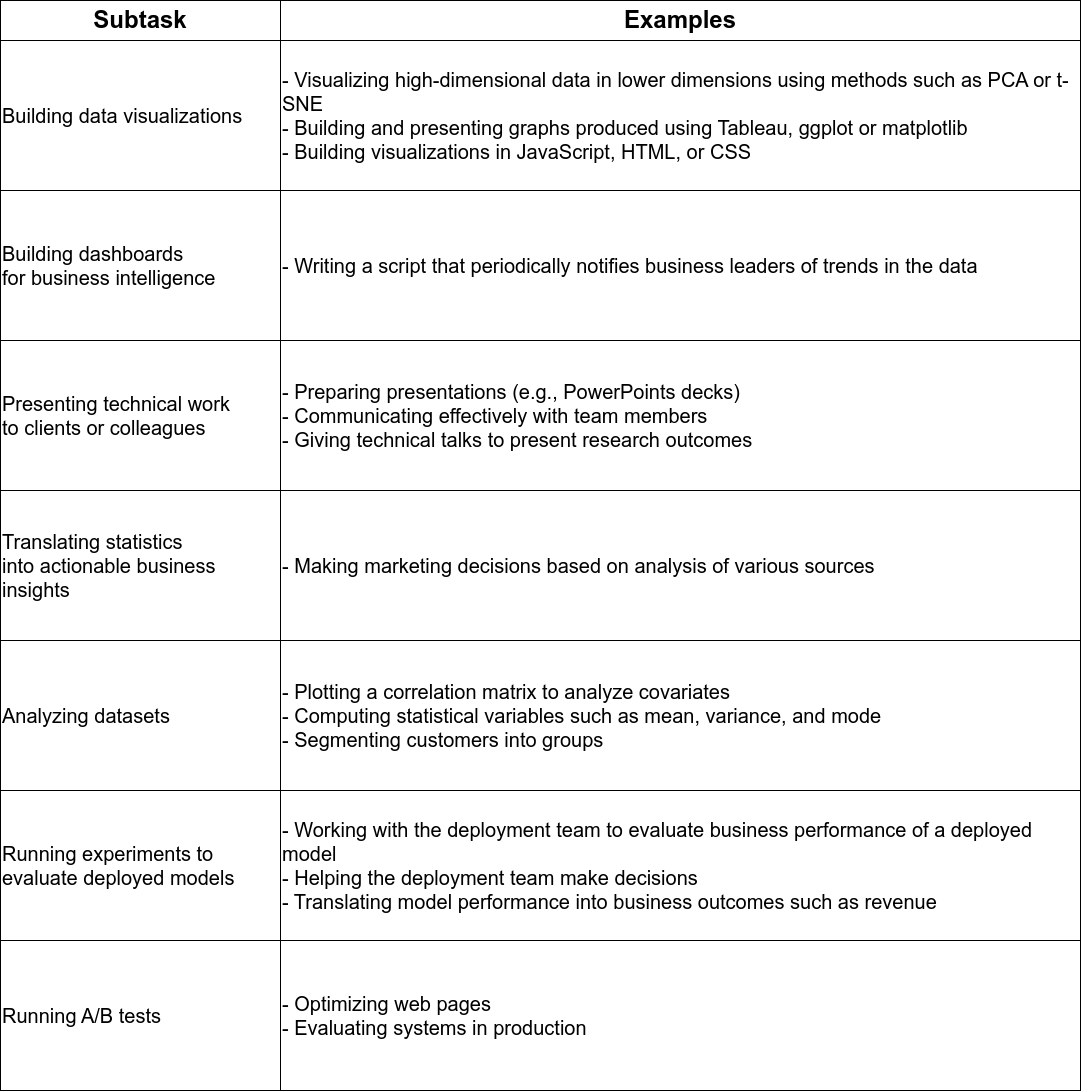
The draw.io diagram diagrams/tasks_business_analysis.drawio.png in ryndovaira-org/data_science_lectures, before a commit. Source tidied: cells renumbered, new cells last; positions are measured from the earlier drawing's top-left corner, leaving out a move shared by most shapes.
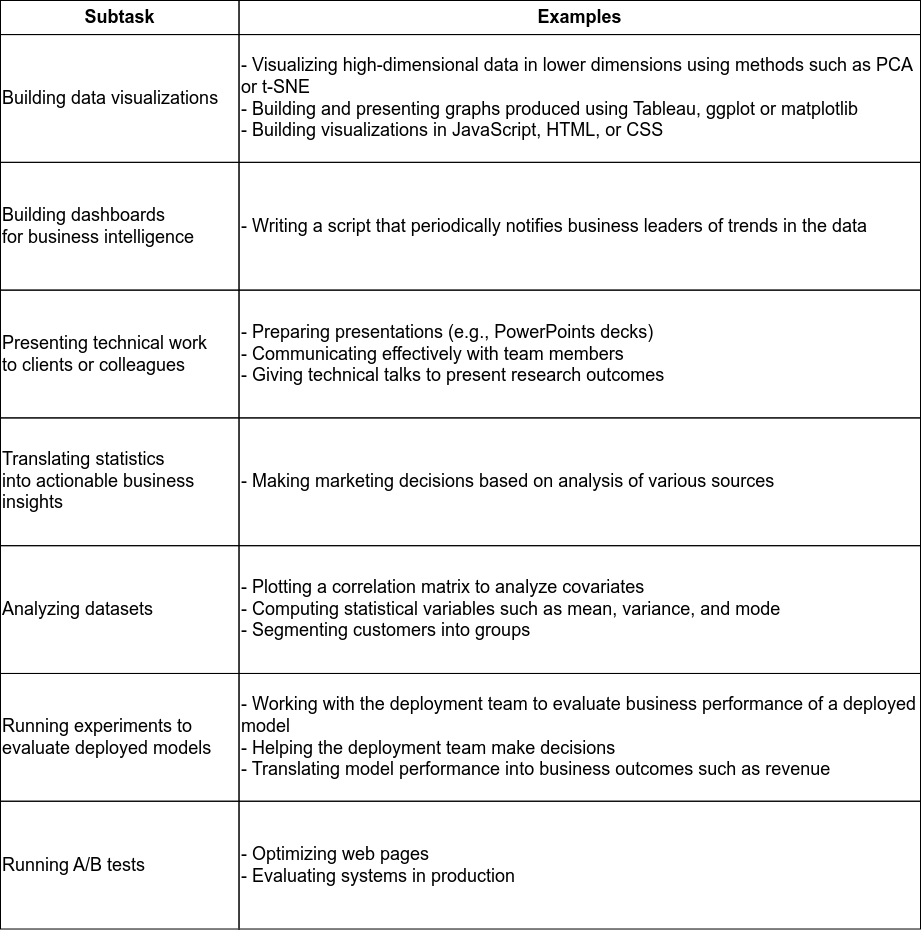
The same diagram one commit later.

Change to the diagram source:
```diff
@@ -2,53 +2,56 @@
   <root>
     <mxCell id="0" />
     <mxCell id="1" parent="0" />
+    <mxCell id="18" style="group;" parent="1" vertex="1">
+      <mxGeometry width="920" height="928.5" as="geometry" />
+    </mxCell>
-    <mxCell id="2" value="&lt;font style=&quot;font-size: 24px;&quot;&gt;Subtask&lt;/font&gt;" style="rounded=0;whiteSpace=wrap;html=1;fillColor=none;fontSize=24;fontStyle=1;" parent="1" vertex="1">
-      <mxGeometry width="280" height="40" as="geometry" />
+    <mxCell id="2" value="&lt;font style=&quot;font-size: 18px;&quot;&gt;Subtask&lt;/font&gt;" style="rounded=0;whiteSpace=wrap;html=1;fillColor=none;fontSize=18;fontStyle=1;" parent="18" vertex="1">
+      <mxGeometry width="238.5" height="34.1" as="geometry" />
     </mxCell>
-    <mxCell id="3" value="&lt;font style=&quot;font-size: 24px;&quot;&gt;Examples&lt;/font&gt;" style="rounded=0;whiteSpace=wrap;html=1;fillColor=none;fontSize=24;fontStyle=1;" parent="1" vertex="1">
-      <mxGeometry x="280" width="800" height="40" as="geometry" />
+    <mxCell id="3" value="&lt;font style=&quot;font-size: 18px;&quot;&gt;Examples&lt;/font&gt;" style="rounded=0;whiteSpace=wrap;html=1;fillColor=none;fontSize=18;fontStyle=1;" parent="18" vertex="1">
+      <mxGeometry x="238.5" width="681.5" height="34.1" as="geometry" />
     </mxCell>
-    <mxCell id="4" value="&lt;div style=&quot;&quot;&gt;Building data visualizations&lt;br&gt;&lt;/div&gt;" style="rounded=0;whiteSpace=wrap;html=1;align=left;fontSize=20;fillColor=none;" parent="1" vertex="1">
-      <mxGeometry y="40" width="280" height="150" as="geometry" />
+    <mxCell id="4" value="&lt;div style=&quot;font-size: 18px;&quot;&gt;Building data visualizations&lt;br style=&quot;font-size: 18px;&quot;&gt;&lt;/div&gt;" style="rounded=0;whiteSpace=wrap;html=1;align=left;fontSize=18;fillColor=none;" parent="18" vertex="1">
+      <mxGeometry y="34.1" width="238.5" height="127.8" as="geometry" />
     </mxCell>
-    <mxCell id="5" value="&lt;div&gt;- Visualizing high-dimensional data in lower dimensions using methods&amp;nbsp;&lt;span style=&quot;background-color: initial;&quot;&gt;such as PCA or t-SNE&lt;/span&gt;&lt;/div&gt;&lt;div&gt;- Building and presenting graphs produced using Tableau, ggplot or&amp;nbsp;&lt;span style=&quot;background-color: initial;&quot;&gt;matplotlib&lt;/span&gt;&lt;/div&gt;&lt;div&gt;- Building visualizations in JavaScript, HTML, or CSS&lt;/div&gt;" style="rounded=0;whiteSpace=wrap;html=1;align=left;fontSize=20;fillColor=none;" parent="1" vertex="1">
-      <mxGeometry x="280" y="40" width="800" height="150" as="geometry" />
+    <mxCell id="5" value="&lt;div style=&quot;font-size: 18px;&quot;&gt;- Visualizing high-dimensional data in lower dimensions using methods&amp;nbsp;&lt;span style=&quot;background-color: initial; font-size: 18px;&quot;&gt;such as PCA or t-SNE&lt;/span&gt;&lt;/div&gt;&lt;div style=&quot;font-size: 18px;&quot;&gt;- Building and presenting graphs produced using Tableau, ggplot or&amp;nbsp;&lt;span style=&quot;background-color: initial; font-size: 18px;&quot;&gt;matplotlib&lt;/span&gt;&lt;/div&gt;&lt;div style=&quot;font-size: 18px;&quot;&gt;- Building visualizations in JavaScript, HTML, or CSS&lt;/div&gt;" style="rounded=0;whiteSpace=wrap;html=1;align=left;fontSize=18;fillColor=none;" parent="18" vertex="1">
+      <mxGeometry x="238.5" y="34.1" width="681.5" height="127.8" as="geometry" />
     </mxCell>
-    <mxCell id="6" value="&lt;div style=&quot;&quot;&gt;&lt;div&gt;Building dashboards for&amp;nbsp;&lt;span style=&quot;background-color: initial;&quot;&gt;business&amp;nbsp;&lt;/span&gt;&lt;span style=&quot;background-color: initial;&quot;&gt;intelligence&lt;/span&gt;&lt;/div&gt;&lt;/div&gt;" style="rounded=0;html=1;fontSize=20;align=left;labelBackgroundColor=none;fillColor=none;whiteSpace=wrap;" parent="1" vertex="1">
-      <mxGeometry y="190" width="280" height="150" as="geometry" />
+    <mxCell id="6" value="&lt;div style=&quot;font-size: 18px;&quot;&gt;&lt;div style=&quot;font-size: 18px;&quot;&gt;Building dashboards for&amp;nbsp;&lt;span style=&quot;background-color: initial; font-size: 18px;&quot;&gt;business&amp;nbsp;&lt;/span&gt;&lt;span style=&quot;background-color: initial; font-size: 18px;&quot;&gt;intelligence&lt;/span&gt;&lt;/div&gt;&lt;/div&gt;" style="rounded=0;html=1;fontSize=18;align=left;labelBackgroundColor=none;fillColor=none;whiteSpace=wrap;" parent="18" vertex="1">
+      <mxGeometry y="161.9" width="238.5" height="127.8" as="geometry" />
     </mxCell>
-    <mxCell id="7" value="&lt;div&gt;- Writing a script that periodically notifies business leaders of trends in&amp;nbsp;&lt;span style=&quot;background-color: initial;&quot;&gt;the data&lt;/span&gt;&lt;/div&gt;" style="rounded=0;html=1;fontSize=20;align=left;labelBackgroundColor=none;fillColor=none;whiteSpace=wrap;" parent="1" vertex="1">
-      <mxGeometry x="280" y="190" width="800" height="150" as="geometry" />
+    <mxCell id="7" value="&lt;div style=&quot;font-size: 18px;&quot;&gt;- Writing a script that periodically notifies business leaders of trends in&amp;nbsp;&lt;span style=&quot;background-color: initial; font-size: 18px;&quot;&gt;the data&lt;/span&gt;&lt;/div&gt;" style="rounded=0;html=1;fontSize=18;align=left;labelBackgroundColor=none;fillColor=none;whiteSpace=wrap;" parent="18" vertex="1">
+      <mxGeometry x="238.5" y="161.9" width="681.5" height="127.8" as="geometry" />
     </mxCell>
-    <mxCell id="8" value="&lt;div&gt;Presenting technical work to&amp;nbsp;&lt;span style=&quot;background-color: initial;&quot;&gt;clients or colleagues&lt;/span&gt;&lt;/div&gt;" style="rounded=0;html=1;fontSize=20;align=left;labelBackgroundColor=none;fillColor=none;whiteSpace=wrap;" parent="1" vertex="1">
-      <mxGeometry y="340" width="280" height="150" as="geometry" />
+    <mxCell id="8" value="&lt;div style=&quot;font-size: 18px;&quot;&gt;Presenting technical work to&amp;nbsp;&lt;span style=&quot;background-color: initial; font-size: 18px;&quot;&gt;clients or colleagues&lt;/span&gt;&lt;/div&gt;" style="rounded=0;html=1;fontSize=18;align=left;labelBackgroundColor=none;fillColor=none;whiteSpace=wrap;" parent="18" vertex="1">
+      <mxGeometry y="289.6" width="238.5" height="127.8" as="geometry" />
     </mxCell>
-    <mxCell id="9" value="- Preparing presentations (e.g., PowerPoints decks)&lt;br&gt;- Communicating effectively with team members&lt;br&gt;- Giving technical talks to present research outcomes" style="rounded=0;html=1;fontSize=20;align=left;labelBackgroundColor=none;fillColor=none;whiteSpace=wrap;" parent="1" vertex="1">
-      <mxGeometry x="280" y="340" width="800" height="150" as="geometry" />
+    <mxCell id="9" value="- Preparing presentations (e.g., PowerPoints decks)&lt;br style=&quot;font-size: 18px;&quot;&gt;- Communicating effectively with team members&lt;br style=&quot;font-size: 18px;&quot;&gt;- Giving technical talks to present research outcomes" style="rounded=0;html=1;fontSize=18;align=left;labelBackgroundColor=none;fillColor=none;whiteSpace=wrap;" parent="18" vertex="1">
+      <mxGeometry x="238.5" y="289.6" width="681.5" height="127.8" as="geometry" />
     </mxCell>
-    <mxCell id="10" value="&lt;div&gt;Translating statistics into&amp;nbsp;&lt;span style=&quot;background-color: initial;&quot;&gt;actionable business insights&lt;/span&gt;&lt;/div&gt;" style="rounded=0;html=1;fontSize=20;align=left;labelBackgroundColor=none;fillColor=none;whiteSpace=wrap;" parent="1" vertex="1">
-      <mxGeometry y="490" width="280" height="150" as="geometry" />
+    <mxCell id="10" value="&lt;div style=&quot;font-size: 18px;&quot;&gt;Translating statistics into&amp;nbsp;&lt;span style=&quot;background-color: initial; font-size: 18px;&quot;&gt;actionable business insights&lt;/span&gt;&lt;/div&gt;" style="rounded=0;html=1;fontSize=18;align=left;labelBackgroundColor=none;fillColor=none;whiteSpace=wrap;" parent="18" vertex="1">
+      <mxGeometry y="417.4" width="238.5" height="127.8" as="geometry" />
     </mxCell>
-    <mxCell id="11" value="- Making marketing decisions based on analysis of various sources" style="rounded=0;html=1;fontSize=20;align=left;labelBackgroundColor=none;fillColor=none;whiteSpace=wrap;" parent="1" vertex="1">
-      <mxGeometry x="280" y="490" width="800" height="150" as="geometry" />
+    <mxCell id="11" value="- Making marketing decisions based on analysis of various sources" style="rounded=0;html=1;fontSize=18;align=left;labelBackgroundColor=none;fillColor=none;whiteSpace=wrap;" parent="18" vertex="1">
+      <mxGeometry x="238.5" y="417.4" width="681.5" height="127.8" as="geometry" />
     </mxCell>
-    <mxCell id="12" value="Analyzing datasets" style="rounded=0;html=1;fontSize=20;align=left;labelBackgroundColor=none;fillColor=none;whiteSpace=wrap;" parent="1" vertex="1">
-      <mxGeometry y="640" width="280" height="150" as="geometry" />
+    <mxCell id="12" value="Analyzing datasets" style="rounded=0;html=1;fontSize=18;align=left;labelBackgroundColor=none;fillColor=none;whiteSpace=wrap;" parent="18" vertex="1">
+      <mxGeometry y="545.2" width="238.5" height="127.8" as="geometry" />
     </mxCell>
-    <mxCell id="13" value="&lt;div&gt;- Plotting a correlation matrix to analyze covariates&lt;/div&gt;&lt;div&gt;- Computing statistical variables such as mean, variance, and mode&lt;/div&gt;&lt;div&gt;- Segmenting customers into groups&lt;/div&gt;" style="rounded=0;html=1;fontSize=20;align=left;labelBackgroundColor=none;fillColor=none;whiteSpace=wrap;" parent="1" vertex="1">
-      <mxGeometry x="280" y="640" width="800" height="150" as="geometry" />
+    <mxCell id="13" value="&lt;div style=&quot;font-size: 18px;&quot;&gt;- Plotting a correlation matrix to analyze covariates&lt;/div&gt;&lt;div style=&quot;font-size: 18px;&quot;&gt;- Computing statistical variables such as mean, variance, and mode&lt;/div&gt;&lt;div style=&quot;font-size: 18px;&quot;&gt;- Segmenting customers into groups&lt;/div&gt;" style="rounded=0;html=1;fontSize=18;align=left;labelBackgroundColor=none;fillColor=none;whiteSpace=wrap;" parent="18" vertex="1">
+      <mxGeometry x="238.5" y="545.2" width="681.5" height="127.8" as="geometry" />
     </mxCell>
-    <mxCell id="14" value="&lt;div&gt;Running&amp;nbsp;&lt;span style=&quot;background-color: initial;&quot;&gt;experiments to evaluate de&lt;/span&gt;&lt;span style=&quot;background-color: initial;&quot;&gt;ployed models&lt;/span&gt;&lt;/div&gt;" style="rounded=0;html=1;fontSize=20;align=left;labelBackgroundColor=none;fillColor=none;whiteSpace=wrap;" parent="1" vertex="1">
-      <mxGeometry y="790" width="280" height="150" as="geometry" />
+    <mxCell id="14" value="&lt;div style=&quot;font-size: 18px;&quot;&gt;Running&amp;nbsp;&lt;span style=&quot;background-color: initial; font-size: 18px;&quot;&gt;experiments to evaluate de&lt;/span&gt;&lt;span style=&quot;background-color: initial; font-size: 18px;&quot;&gt;ployed models&lt;/span&gt;&lt;/div&gt;" style="rounded=0;html=1;fontSize=18;align=left;labelBackgroundColor=none;fillColor=none;whiteSpace=wrap;" parent="18" vertex="1">
+      <mxGeometry y="673" width="238.5" height="127.8" as="geometry" />
     </mxCell>
-    <mxCell id="15" value="&lt;div&gt;- Working with the deployment team to evaluate business performance of&amp;nbsp;&lt;span style=&quot;background-color: initial;&quot;&gt;a deployed model&lt;/span&gt;&lt;/div&gt;&lt;div&gt;- Helping the deployment team make decisions&lt;/div&gt;&lt;div&gt;- Translating model performance into business outcomes such as revenue&lt;/div&gt;" style="rounded=0;html=1;fontSize=20;align=left;labelBackgroundColor=none;fillColor=none;whiteSpace=wrap;" parent="1" vertex="1">
-      <mxGeometry x="280" y="790" width="800" height="150" as="geometry" />
+    <mxCell id="15" value="&lt;div style=&quot;font-size: 18px;&quot;&gt;- Working with the deployment team to evaluate business performance of&amp;nbsp;&lt;span style=&quot;background-color: initial; font-size: 18px;&quot;&gt;a deployed model&lt;/span&gt;&lt;/div&gt;&lt;div style=&quot;font-size: 18px;&quot;&gt;- Helping the deployment team make decisions&lt;/div&gt;&lt;div style=&quot;font-size: 18px;&quot;&gt;- Translating model performance into business outcomes such as revenue&lt;/div&gt;" style="rounded=0;html=1;fontSize=18;align=left;labelBackgroundColor=none;fillColor=none;whiteSpace=wrap;" parent="18" vertex="1">
+      <mxGeometry x="238.5" y="673" width="681.5" height="127.8" as="geometry" />
     </mxCell>
-    <mxCell id="16" value="Running A/B tests" style="rounded=0;html=1;fontSize=20;align=left;labelBackgroundColor=none;fillColor=none;whiteSpace=wrap;" parent="1" vertex="1">
-      <mxGeometry y="940" width="280" height="150" as="geometry" />
+    <mxCell id="16" value="Running A/B tests" style="rounded=0;html=1;fontSize=18;align=left;labelBackgroundColor=none;fillColor=none;whiteSpace=wrap;" parent="18" vertex="1">
+      <mxGeometry y="800.7" width="238.5" height="127.8" as="geometry" />
     </mxCell>
-    <mxCell id="17" value="&lt;div&gt;- Optimizing web pages&lt;/div&gt;&lt;div&gt;- Evaluating systems in production&lt;/div&gt;" style="rounded=0;html=1;fontSize=20;align=left;labelBackgroundColor=none;fillColor=none;whiteSpace=wrap;" parent="1" vertex="1">
-      <mxGeometry x="280" y="940" width="800" height="150" as="geometry" />
+    <mxCell id="17" value="&lt;div style=&quot;font-size: 18px;&quot;&gt;- Optimizing web pages&lt;/div&gt;&lt;div style=&quot;font-size: 18px;&quot;&gt;- Evaluating systems in production&lt;/div&gt;" style="rounded=0;html=1;fontSize=18;align=left;labelBackgroundColor=none;fillColor=none;whiteSpace=wrap;" parent="18" vertex="1">
+      <mxGeometry x="238.5" y="800.7" width="681.5" height="127.8" as="geometry" />
     </mxCell>
   </root>
 </mxGraphModel>
```
